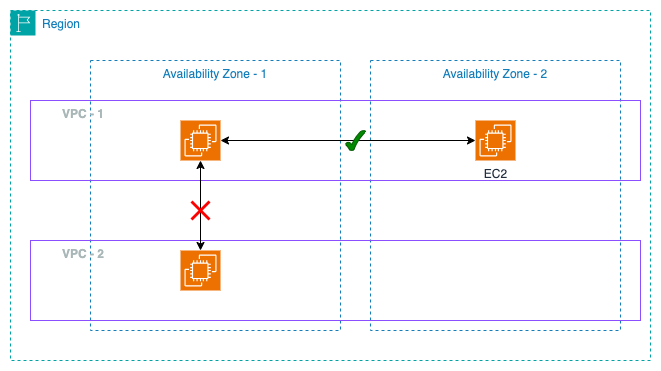
DevOps-Mock-Projects/aws-iac-poc keeps this draw.io diagram as 1-getting-started/Notes/images/vpc.png. Above is the earlier version. Source tidied: cells renumbered, new cells last; positions are measured from the earlier drawing's top-left corner, leaving out a move shared by most shapes. The source it was exported from:
```xml
<mxGraphModel>
  <root>
    <mxCell id="0" />
    <mxCell id="1" parent="0" />
    <mxCell id="2" value="Region" style="gradientColor=none;html=1;whiteSpace=wrap;fontSize=12;fontStyle=0;shape=mxgraph.aws4.group;grIcon=mxgraph.aws4.group_region;strokeColor=#00A4A6;fillColor=none;verticalAlign=top;align=left;spacingLeft=30;fontColor=#147EBA;dashed=1;strokeWidth=1;" parent="1" vertex="1">
      <mxGeometry width="640" height="350" as="geometry" />
    </mxCell>
    <mxCell id="3" value="Availability Zone - 1" style="fillColor=none;strokeColor=#147EBA;dashed=1;verticalAlign=top;fontStyle=0;fontColor=#147EBA;whiteSpace=wrap;html=1;strokeWidth=1;" parent="2" vertex="1">
      <mxGeometry x="80" y="50" width="250" height="270" as="geometry" />
    </mxCell>
    <mxCell id="4" value="Availability Zone - 2" style="fillColor=none;strokeColor=#147EBA;dashed=1;verticalAlign=top;fontStyle=0;fontColor=#147EBA;whiteSpace=wrap;html=1;strokeWidth=1;" parent="2" vertex="1">
      <mxGeometry x="360" y="50" width="250" height="270" as="geometry" />
    </mxCell>
    <mxCell id="5" value="&lt;b&gt;VPC - 1&lt;/b&gt;" style="gradientColor=none;html=1;whiteSpace=wrap;fontSize=12;fontStyle=0;shape=mxgraph.aws4.group;grIcon=mxgraph.aws4.group_vpc2;strokeColor=#8C4FFF;fillColor=none;verticalAlign=top;align=left;spacingLeft=30;fontColor=#AAB7B8;dashed=0;strokeWidth=1;" parent="2" vertex="1">
      <mxGeometry x="20" y="90" width="610" height="80" as="geometry" />
    </mxCell>
    <mxCell id="6" value="&lt;b&gt;VPC - 2&lt;/b&gt;" style="gradientColor=none;html=1;whiteSpace=wrap;fontSize=12;fontStyle=0;shape=mxgraph.aws4.group;grIcon=mxgraph.aws4.group_vpc2;strokeColor=#8C4FFF;fillColor=none;verticalAlign=top;align=left;spacingLeft=30;fontColor=#AAB7B8;dashed=0;strokeWidth=1;" parent="2" vertex="1">
      <mxGeometry x="20" y="230" width="610" height="80" as="geometry" />
    </mxCell>
    <mxCell id="7" style="sketch=0;points=[[0,0,0],[0.25,0,0],[0.5,0,0],[0.75,0,0],[1,0,0],[0,1,0],[0.25,1,0],[0.5,1,0],[0.75,1,0],[1,1,0],[0,0.25,0],[0,0.5,0],[0,0.75,0],[1,0.25,0],[1,0.5,0],[1,0.75,0]];outlineConnect=0;fontColor=#232F3E;fillColor=#ED7100;strokeColor=#ffffff;dashed=0;verticalLabelPosition=bottom;verticalAlign=top;align=center;html=1;fontSize=12;fontStyle=0;shape=mxgraph.aws4.resourceIcon;resIcon=mxgraph.aws4.ec2;" parent="6" vertex="1">
      <mxGeometry x="150" y="10" width="40" height="40" as="geometry" />
    </mxCell>
    <mxCell id="8" style="edgeStyle=none;html=1;startArrow=classic;startFill=1;" parent="2" edge="1" source="10" target="7">
      <mxGeometry relative="1" as="geometry" />
    </mxCell>
    <mxCell id="9" style="edgeStyle=none;html=1;startArrow=classic;startFill=1;" parent="2" edge="1" source="10" target="11">
      <mxGeometry relative="1" as="geometry" />
    </mxCell>
    <mxCell id="10" style="sketch=0;points=[[0,0,0],[0.25,0,0],[0.5,0,0],[0.75,0,0],[1,0,0],[0,1,0],[0.25,1,0],[0.5,1,0],[0.75,1,0],[1,1,0],[0,0.25,0],[0,0.5,0],[0,0.75,0],[1,0.25,0],[1,0.5,0],[1,0.75,0]];outlineConnect=0;fontColor=#232F3E;fillColor=#ED7100;strokeColor=#ffffff;dashed=0;verticalLabelPosition=bottom;verticalAlign=top;align=center;html=1;fontSize=12;fontStyle=0;shape=mxgraph.aws4.resourceIcon;resIcon=mxgraph.aws4.ec2;" parent="2" vertex="1">
      <mxGeometry x="170" y="110" width="40" height="40" as="geometry" />
    </mxCell>
    <mxCell id="11" value="EC2" style="sketch=0;points=[[0,0,0],[0.25,0,0],[0.5,0,0],[0.75,0,0],[1,0,0],[0,1,0],[0.25,1,0],[0.5,1,0],[0.75,1,0],[1,1,0],[0,0.25,0],[0,0.5,0],[0,0.75,0],[1,0.25,0],[1,0.5,0],[1,0.75,0]];outlineConnect=0;fontColor=#232F3E;fillColor=#ED7100;strokeColor=#ffffff;dashed=0;verticalLabelPosition=bottom;verticalAlign=top;align=center;html=1;fontSize=12;fontStyle=0;shape=mxgraph.aws4.resourceIcon;resIcon=mxgraph.aws4.ec2;" parent="2" vertex="1">
      <mxGeometry x="465" y="110" width="40" height="40" as="geometry" />
    </mxCell>
    <mxCell id="12" style="shape=mxgraph.mockup.markup.redX;fillColor=#ff0000;html=1;shadow=0;whiteSpace=wrap;strokeColor=none;" parent="2" vertex="1">
      <mxGeometry x="180" y="190" width="20" height="20" as="geometry" />
    </mxCell>
    <mxCell id="13" style="verticalLabelPosition=bottom;verticalAlign=top;html=1;shape=mxgraph.basic.tick;fillColor=#008a00;strokeColor=#005700;fontColor=#ffffff;" parent="2" vertex="1">
      <mxGeometry x="335" y="120" width="20" height="20" as="geometry" />
    </mxCell>
  </root>
</mxGraphModel>
```
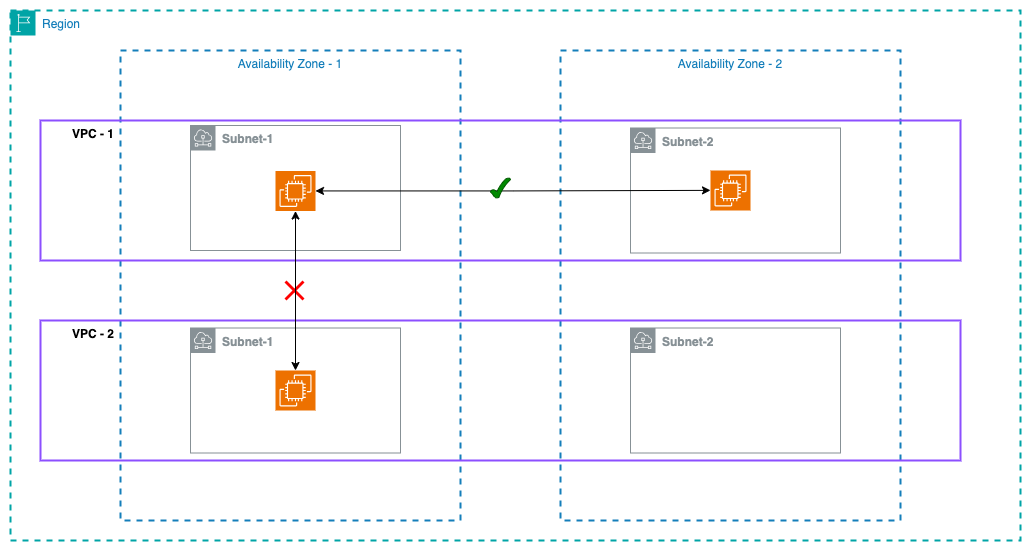
Above is the later version.

Change to the diagram source:
```diff
@@ -2,41 +2,53 @@
   <root>
     <mxCell id="0" />
     <mxCell id="1" parent="0" />
-    <mxCell id="2" value="Region" style="gradientColor=none;html=1;whiteSpace=wrap;fontSize=12;fontStyle=0;shape=mxgraph.aws4.group;grIcon=mxgraph.aws4.group_region;strokeColor=#00A4A6;fillColor=none;verticalAlign=top;align=left;spacingLeft=30;fontColor=#147EBA;dashed=1;strokeWidth=1;" parent="1" vertex="1">
-      <mxGeometry width="640" height="350" as="geometry" />
+    <mxCell id="2" value="Region" style="gradientColor=none;html=1;whiteSpace=wrap;fontSize=12;fontStyle=0;shape=mxgraph.aws4.group;grIcon=mxgraph.aws4.group_region;strokeColor=#00A4A6;fillColor=none;verticalAlign=top;align=left;spacingLeft=30;fontColor=#147EBA;dashed=1;strokeWidth=2;" parent="1" vertex="1">
+      <mxGeometry width="1010" height="530" as="geometry" />
     </mxCell>
-    <mxCell id="3" value="Availability Zone - 1" style="fillColor=none;strokeColor=#147EBA;dashed=1;verticalAlign=top;fontStyle=0;fontColor=#147EBA;whiteSpace=wrap;html=1;strokeWidth=1;" parent="2" vertex="1">
-      <mxGeometry x="80" y="50" width="250" height="270" as="geometry" />
+    <mxCell id="3" value="Availability Zone - 1" style="fillColor=none;strokeColor=#147EBA;dashed=1;verticalAlign=top;fontStyle=0;fontColor=#147EBA;whiteSpace=wrap;html=1;strokeWidth=2;" parent="2" vertex="1">
+      <mxGeometry x="110" y="40" width="340" height="470" as="geometry" />
     </mxCell>
-    <mxCell id="4" value="Availability Zone - 2" style="fillColor=none;strokeColor=#147EBA;dashed=1;verticalAlign=top;fontStyle=0;fontColor=#147EBA;whiteSpace=wrap;html=1;strokeWidth=1;" parent="2" vertex="1">
-      <mxGeometry x="360" y="50" width="250" height="270" as="geometry" />
+    <mxCell id="4" value="Availability Zone - 2" style="fillColor=none;strokeColor=#147EBA;dashed=1;verticalAlign=top;fontStyle=0;fontColor=#147EBA;whiteSpace=wrap;html=1;strokeWidth=2;" parent="2" vertex="1">
+      <mxGeometry x="550" y="40" width="340" height="470" as="geometry" />
     </mxCell>
-    <mxCell id="5" value="&lt;b&gt;VPC - 1&lt;/b&gt;" style="gradientColor=none;html=1;whiteSpace=wrap;fontSize=12;fontStyle=0;shape=mxgraph.aws4.group;grIcon=mxgraph.aws4.group_vpc2;strokeColor=#8C4FFF;fillColor=none;verticalAlign=top;align=left;spacingLeft=30;fontColor=#AAB7B8;dashed=0;strokeWidth=1;" parent="2" vertex="1">
-      <mxGeometry x="20" y="90" width="610" height="80" as="geometry" />
+    <mxCell id="5" value="&lt;b&gt;&lt;font color=&quot;#000000&quot;&gt;VPC - 1&lt;/font&gt;&lt;/b&gt;" style="gradientColor=none;html=1;whiteSpace=wrap;fontSize=12;fontStyle=0;shape=mxgraph.aws4.group;grIcon=mxgraph.aws4.group_vpc2;strokeColor=#8C4FFF;fillColor=none;verticalAlign=top;align=left;spacingLeft=30;fontColor=#AAB7B8;dashed=0;strokeWidth=2;" parent="2" vertex="1">
+      <mxGeometry x="30" y="110" width="920" height="140" as="geometry" />
     </mxCell>
+    <mxCell id="14" value="&lt;b&gt;Subnet-1&lt;/b&gt;" style="sketch=0;gradientColor=none;html=1;whiteSpace=wrap;fontSize=12;fontStyle=0;shape=mxgraph.aws4.group;grIcon=mxgraph.aws4.group_subnet;strokeColor=#879196;fillColor=none;verticalAlign=top;align=left;spacingLeft=30;fontColor=#879196;dashed=0;" parent="5" vertex="1">
+      <mxGeometry x="150" y="5" width="210" height="125" as="geometry" />
+    </mxCell>
+    <mxCell id="15" value="&lt;b&gt;Subnet-2&lt;/b&gt;" style="sketch=0;gradientColor=none;html=1;whiteSpace=wrap;fontSize=12;fontStyle=0;shape=mxgraph.aws4.group;grIcon=mxgraph.aws4.group_subnet;strokeColor=#879196;fillColor=none;verticalAlign=top;align=left;spacingLeft=30;fontColor=#879196;dashed=0;" parent="5" vertex="1">
+      <mxGeometry x="590" y="7.5" width="210" height="125" as="geometry" />
+    </mxCell>
+    <mxCell id="16" style="edgeStyle=orthogonalEdgeStyle;rounded=0;jettySize=auto;html=1;startArrow=classic;startFill=1;" parent="5" edge="1" source="17" target="18">
+      <mxGeometry relative="1" as="geometry" />
+    </mxCell>
+    <mxCell id="17" style="sketch=0;points=[[0,0,0],[0.25,0,0],[0.5,0,0],[0.75,0,0],[1,0,0],[0,1,0],[0.25,1,0],[0.5,1,0],[0.75,1,0],[1,1,0],[0,0.25,0],[0,0.5,0],[0,0.75,0],[1,0.25,0],[1,0.5,0],[1,0.75,0]];outlineConnect=0;fontColor=#232F3E;fillColor=#ED7100;strokeColor=#ffffff;dashed=0;verticalLabelPosition=bottom;verticalAlign=top;align=center;html=1;fontSize=12;fontStyle=0;shape=mxgraph.aws4.resourceIcon;resIcon=mxgraph.aws4.ec2;" parent="5" vertex="1">
+      <mxGeometry x="235" y="50.5" width="40" height="40" as="geometry" />
+    </mxCell>
+    <mxCell id="18" style="sketch=0;points=[[0,0,0],[0.25,0,0],[0.5,0,0],[0.75,0,0],[1,0,0],[0,1,0],[0.25,1,0],[0.5,1,0],[0.75,1,0],[1,1,0],[0,0.25,0],[0,0.5,0],[0,0.75,0],[1,0.25,0],[1,0.5,0],[1,0.75,0]];outlineConnect=0;fontColor=#232F3E;fillColor=#ED7100;strokeColor=#ffffff;dashed=0;verticalLabelPosition=bottom;verticalAlign=top;align=center;html=1;fontSize=12;fontStyle=0;shape=mxgraph.aws4.resourceIcon;resIcon=mxgraph.aws4.ec2;" parent="5" vertex="1">
+      <mxGeometry x="670" y="50" width="40" height="40" as="geometry" />
+    </mxCell>
+    <mxCell id="19" style="verticalLabelPosition=bottom;verticalAlign=top;html=1;shape=mxgraph.basic.tick;fillColor=#008a00;strokeColor=#005700;fontColor=#ffffff;" parent="5" vertex="1">
+      <mxGeometry x="450" y="57.5" width="20" height="20" as="geometry" />
+    </mxCell>
-    <mxCell id="6" value="&lt;b&gt;VPC - 2&lt;/b&gt;" style="gradientColor=none;html=1;whiteSpace=wrap;fontSize=12;fontStyle=0;shape=mxgraph.aws4.group;grIcon=mxgraph.aws4.group_vpc2;strokeColor=#8C4FFF;fillColor=none;verticalAlign=top;align=left;spacingLeft=30;fontColor=#AAB7B8;dashed=0;strokeWidth=1;" parent="2" vertex="1">
-      <mxGeometry x="20" y="230" width="610" height="80" as="geometry" />
+    <mxCell id="6" value="&lt;b&gt;&lt;font color=&quot;#000000&quot;&gt;VPC - 2&lt;/font&gt;&lt;/b&gt;" style="gradientColor=none;html=1;whiteSpace=wrap;fontSize=12;fontStyle=0;shape=mxgraph.aws4.group;grIcon=mxgraph.aws4.group_vpc2;strokeColor=#8C4FFF;fillColor=none;verticalAlign=top;align=left;spacingLeft=30;fontColor=#AAB7B8;dashed=0;strokeWidth=2;" parent="2" vertex="1">
+      <mxGeometry x="30" y="310" width="920" height="140" as="geometry" />
     </mxCell>
-    <mxCell id="7" style="sketch=0;points=[[0,0,0],[0.25,0,0],[0.5,0,0],[0.75,0,0],[1,0,0],[0,1,0],[0.25,1,0],[0.5,1,0],[0.75,1,0],[1,1,0],[0,0.25,0],[0,0.5,0],[0,0.75,0],[1,0.25,0],[1,0.5,0],[1,0.75,0]];outlineConnect=0;fontColor=#232F3E;fillColor=#ED7100;strokeColor=#ffffff;dashed=0;verticalLabelPosition=bottom;verticalAlign=top;align=center;html=1;fontSize=12;fontStyle=0;shape=mxgraph.aws4.resourceIcon;resIcon=mxgraph.aws4.ec2;" parent="6" vertex="1">
-      <mxGeometry x="150" y="10" width="40" height="40" as="geometry" />
-    </mxCell>
-    <mxCell id="8" style="edgeStyle=none;html=1;startArrow=classic;startFill=1;" parent="2" edge="1" source="10" target="7">
-      <mxGeometry relative="1" as="geometry" />
-    </mxCell>
-    <mxCell id="9" style="edgeStyle=none;html=1;startArrow=classic;startFill=1;" parent="2" edge="1" source="10" target="11">
-      <mxGeometry relative="1" as="geometry" />
-    </mxCell>
-    <mxCell id="10" style="sketch=0;points=[[0,0,0],[0.25,0,0],[0.5,0,0],[0.75,0,0],[1,0,0],[0,1,0],[0.25,1,0],[0.5,1,0],[0.75,1,0],[1,1,0],[0,0.25,0],[0,0.5,0],[0,0.75,0],[1,0.25,0],[1,0.5,0],[1,0.75,0]];outlineConnect=0;fontColor=#232F3E;fillColor=#ED7100;strokeColor=#ffffff;dashed=0;verticalLabelPosition=bottom;verticalAlign=top;align=center;html=1;fontSize=12;fontStyle=0;shape=mxgraph.aws4.resourceIcon;resIcon=mxgraph.aws4.ec2;" parent="2" vertex="1">
-      <mxGeometry x="170" y="110" width="40" height="40" as="geometry" />
-    </mxCell>
-    <mxCell id="11" value="EC2" style="sketch=0;points=[[0,0,0],[0.25,0,0],[0.5,0,0],[0.75,0,0],[1,0,0],[0,1,0],[0.25,1,0],[0.5,1,0],[0.75,1,0],[1,1,0],[0,0.25,0],[0,0.5,0],[0,0.75,0],[1,0.25,0],[1,0.5,0],[1,0.75,0]];outlineConnect=0;fontColor=#232F3E;fillColor=#ED7100;strokeColor=#ffffff;dashed=0;verticalLabelPosition=bottom;verticalAlign=top;align=center;html=1;fontSize=12;fontStyle=0;shape=mxgraph.aws4.resourceIcon;resIcon=mxgraph.aws4.ec2;" parent="2" vertex="1">
-      <mxGeometry x="465" y="110" width="40" height="40" as="geometry" />
-    </mxCell>
-    <mxCell id="12" style="shape=mxgraph.mockup.markup.redX;fillColor=#ff0000;html=1;shadow=0;whiteSpace=wrap;strokeColor=none;" parent="2" vertex="1">
-      <mxGeometry x="180" y="190" width="20" height="20" as="geometry" />
-    </mxCell>
-    <mxCell id="13" style="verticalLabelPosition=bottom;verticalAlign=top;html=1;shape=mxgraph.basic.tick;fillColor=#008a00;strokeColor=#005700;fontColor=#ffffff;" parent="2" vertex="1">
-      <mxGeometry x="335" y="120" width="20" height="20" as="geometry" />
-    </mxCell>
+    <mxCell id="20" value="&lt;b&gt;Subnet-2&lt;/b&gt;" style="sketch=0;gradientColor=none;html=1;whiteSpace=wrap;fontSize=12;fontStyle=0;shape=mxgraph.aws4.group;grIcon=mxgraph.aws4.group_subnet;strokeColor=#879196;fillColor=none;verticalAlign=top;align=left;spacingLeft=30;fontColor=#879196;dashed=0;" parent="6" vertex="1">
+      <mxGeometry x="590" y="7.5" width="210" height="125" as="geometry" />
+    </mxCell>
+    <mxCell id="21" value="&lt;b&gt;Subnet-1&lt;/b&gt;" style="sketch=0;gradientColor=none;html=1;whiteSpace=wrap;fontSize=12;fontStyle=0;shape=mxgraph.aws4.group;grIcon=mxgraph.aws4.group_subnet;strokeColor=#879196;fillColor=none;verticalAlign=top;align=left;spacingLeft=30;fontColor=#879196;dashed=0;" parent="6" vertex="1">
+      <mxGeometry x="150" y="7.5" width="210" height="125" as="geometry" />
+    </mxCell>
+    <mxCell id="22" style="sketch=0;points=[[0,0,0],[0.25,0,0],[0.5,0,0],[0.75,0,0],[1,0,0],[0,1,0],[0.25,1,0],[0.5,1,0],[0.75,1,0],[1,1,0],[0,0.25,0],[0,0.5,0],[0,0.75,0],[1,0.25,0],[1,0.5,0],[1,0.75,0]];outlineConnect=0;fontColor=#232F3E;fillColor=#ED7100;strokeColor=#ffffff;dashed=0;verticalLabelPosition=bottom;verticalAlign=top;align=center;html=1;fontSize=12;fontStyle=0;shape=mxgraph.aws4.resourceIcon;resIcon=mxgraph.aws4.ec2;" parent="6" vertex="1">
+      <mxGeometry x="235" y="50" width="40" height="40" as="geometry" />
+    </mxCell>
+    <mxCell id="23" style="shape=mxgraph.mockup.markup.redX;fillColor=#ff0000;html=1;shadow=0;whiteSpace=wrap;strokeColor=none;" parent="2" vertex="1">
+      <mxGeometry x="274" y="270" width="20" height="20" as="geometry" />
+    </mxCell>
+    <mxCell id="24" style="edgeStyle=orthogonalEdgeStyle;rounded=0;jettySize=auto;html=1;startArrow=classic;startFill=1;" parent="2" edge="1" source="17" target="22">
+      <mxGeometry relative="1" as="geometry" />
+    </mxCell>
   </root>
 </mxGraphModel>
```
